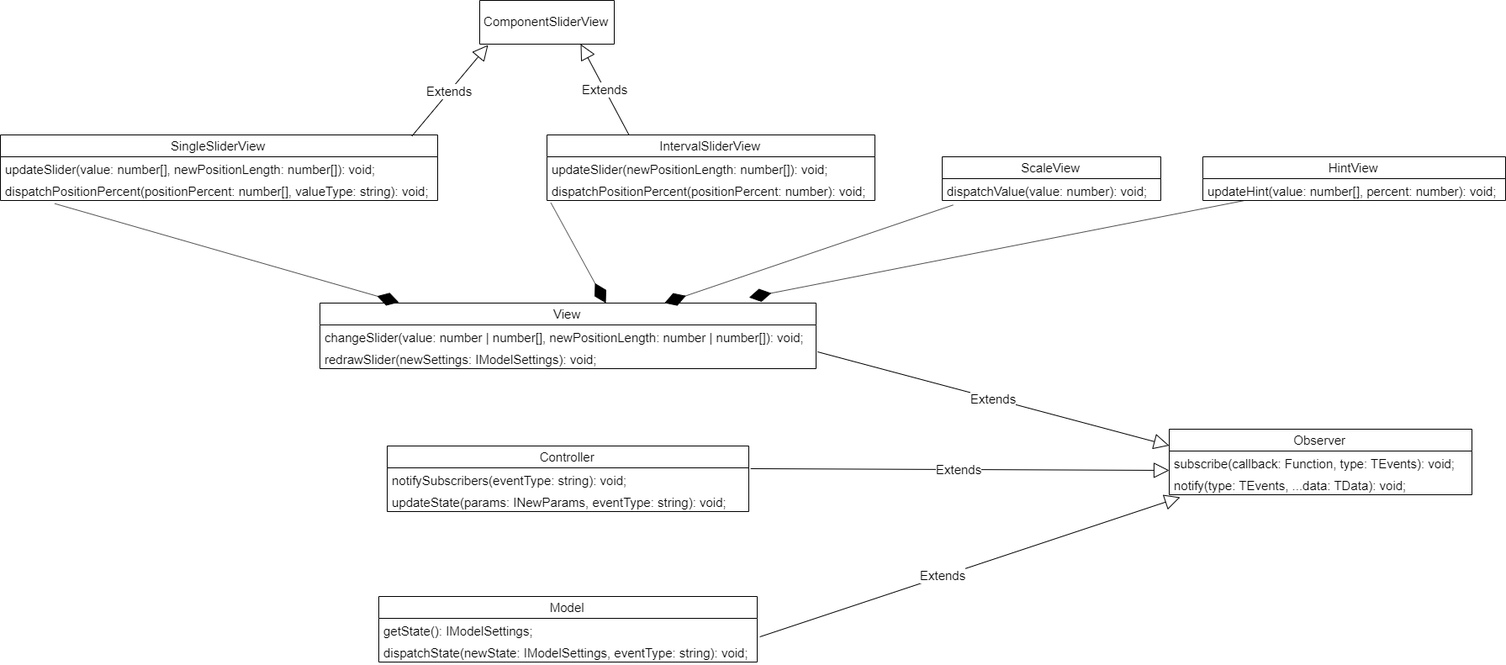
KatePronina/Slider keeps this draw.io diagram as schemes/UML Diagram.png. Above is the earlier version. Source tidied: cells renumbered, new cells last; positions are measured from the earlier drawing's top-left corner, leaving out a move shared by most shapes.
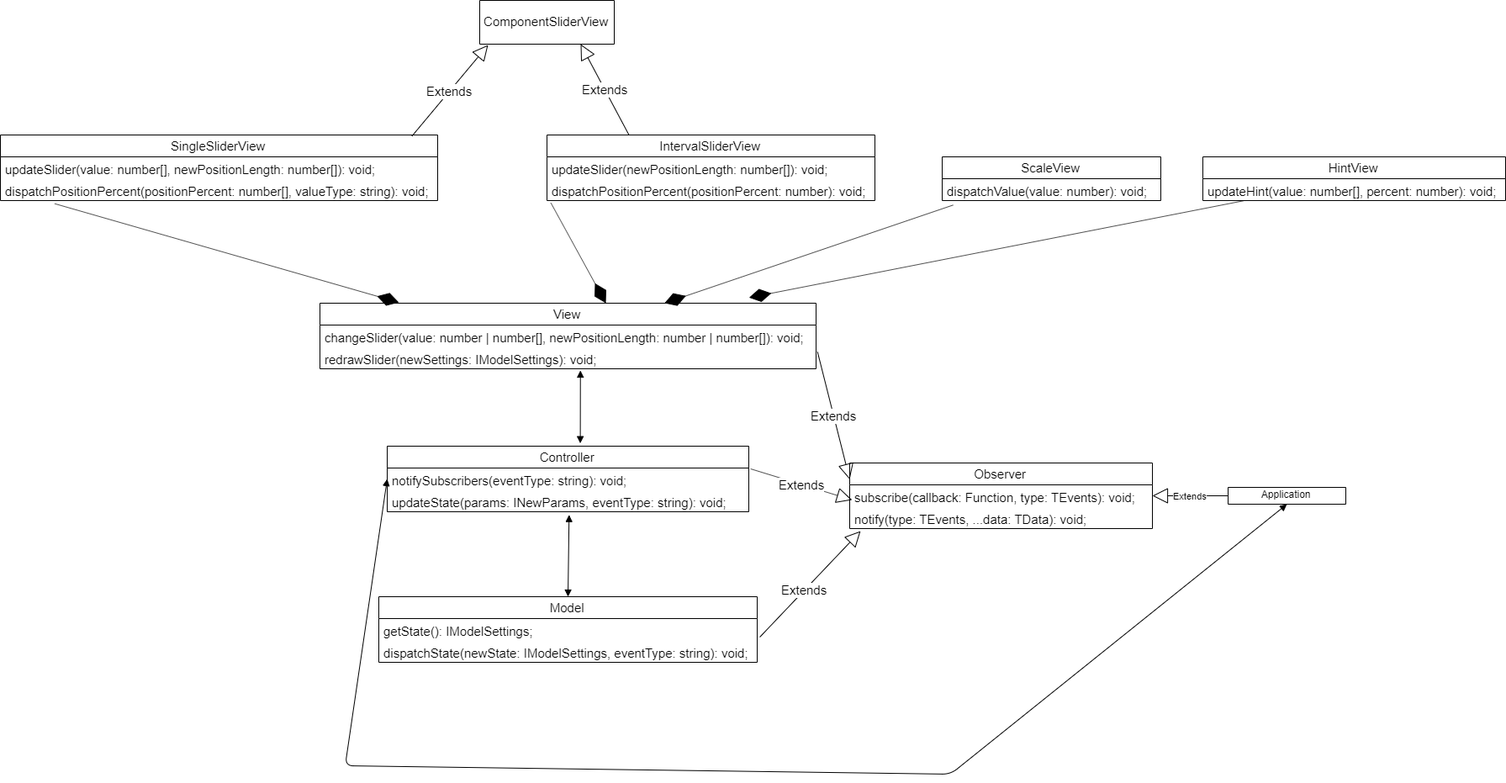
After the commit.

Commit message:
Переделала UML диаграмму #22

Diff of the diagram source:
```diff
@@ -85,7 +85,7 @@
       <mxGeometry y="52" width="450" height="26" as="geometry" />
     </mxCell>
     <mxCell id="28" value="Observer" style="swimlane;fontStyle=0;horizontal=1;startSize=26;fillColor=none;fontSize=15;" parent="1" vertex="1">
-      <mxGeometry x="1390" y="510" width="360" height="78" as="geometry" />
+      <mxGeometry x="1010" y="550" width="360" height="78" as="geometry" />
     </mxCell>
     <mxCell id="29" value="subscribe(callback: Function, type: TEvents): void;" style="text;strokeColor=none;fillColor=none;align=left;verticalAlign=top;spacingLeft=4;spacingRight=4;overflow=hidden;points=[[0,0.5],[1,0.5]];portConstraint=eastwest;fontSize=15;" parent="28" vertex="1">
       <mxGeometry y="26" width="360" height="26" as="geometry" />
@@ -96,13 +96,31 @@
     <mxCell id="31" value="Extends" style="endArrow=block;endSize=16;endFill=0;html=1;fontSize=15;entryX=0.036;entryY=1.115;entryDx=0;entryDy=0;entryPerimeter=0;exitX=1.007;exitY=0.846;exitDx=0;exitDy=0;exitPerimeter=0;" parent="1" edge="1" source="26" target="30">
       <mxGeometry x="-0.12" relative="1" as="geometry" />
     </mxCell>
-    <mxCell id="32" value="Extends" style="endArrow=block;endSize=16;endFill=0;html=1;fontSize=15;exitX=1.005;exitY=0.038;exitDx=0;exitDy=0;exitPerimeter=0;" parent="1" edge="1" source="23">
-      <mxGeometry relative="1" as="geometry">
-        <mxPoint x="1390" y="559" as="targetPoint" />
-      </mxGeometry>
+    <mxCell id="32" value="Extends" style="endArrow=block;endSize=16;endFill=0;html=1;fontSize=15;exitX=1.005;exitY=0.038;exitDx=0;exitDy=0;exitPerimeter=0;entryX=0.008;entryY=-0.308;entryDx=0;entryDy=0;entryPerimeter=0;" parent="1" edge="1" source="23" target="30">
+      <mxGeometry relative="1" as="geometry" />
     </mxCell>
     <mxCell id="33" value="Extends" style="endArrow=block;endSize=16;endFill=0;html=1;fontSize=15;entryX=0;entryY=0.25;entryDx=0;entryDy=0;exitX=1.003;exitY=0.231;exitDx=0;exitDy=0;exitPerimeter=0;" parent="1" edge="1" source="17" target="28">
       <mxGeometry relative="1" as="geometry" />
     </mxCell>
+    <mxCell id="34" value="Application" style="swimlane;fontStyle=0;horizontal=1;startSize=26;fillColor=none;" parent="1" vertex="1">
+      <mxGeometry x="1460" y="579" width="140" height="20" as="geometry" />
+    </mxCell>
+    <mxCell id="35" value="Extends" style="endArrow=block;endSize=16;endFill=0;html=1;entryX=1;entryY=0.5;entryDx=0;entryDy=0;exitX=0;exitY=0.5;exitDx=0;exitDy=0;" parent="1" edge="1" source="34" target="29">
+      <mxGeometry relative="1" as="geometry" />
+    </mxCell>
+    <mxCell id="36" style="endArrow=block;startArrow=block;endFill=1;startFill=1;html=1;entryX=0.525;entryY=1.077;entryDx=0;entryDy=0;entryPerimeter=0;exitX=0.534;exitY=-0.043;exitDx=0;exitDy=0;exitPerimeter=0;" parent="1" edge="1" source="22" target="17">
+      <mxGeometry relative="1" as="geometry" />
+    </mxCell>
+    <mxCell id="37" style="endArrow=block;startArrow=block;endFill=1;startFill=1;html=1;entryX=0.503;entryY=1.141;entryDx=0;entryDy=0;entryPerimeter=0;exitX=0.5;exitY=0;exitDx=0;exitDy=0;" parent="1" edge="1" source="25" target="24">
+      <mxGeometry relative="1" as="geometry" />
+    </mxCell>
+    <mxCell id="38" style="endArrow=block;startArrow=block;endFill=1;startFill=1;html=1;entryX=0.5;entryY=1;entryDx=0;entryDy=0;exitX=0;exitY=0.5;exitDx=0;exitDy=0;" parent="1" edge="1" source="23" target="34">
+      <mxGeometry relative="1" as="geometry">
+        <Array as="points">
+          <mxPoint x="410" y="910" />
+          <mxPoint x="1130" y="920" />
+        </Array>
+      </mxGeometry>
+    </mxCell>
   </root>
 </mxGraphModel>
```
